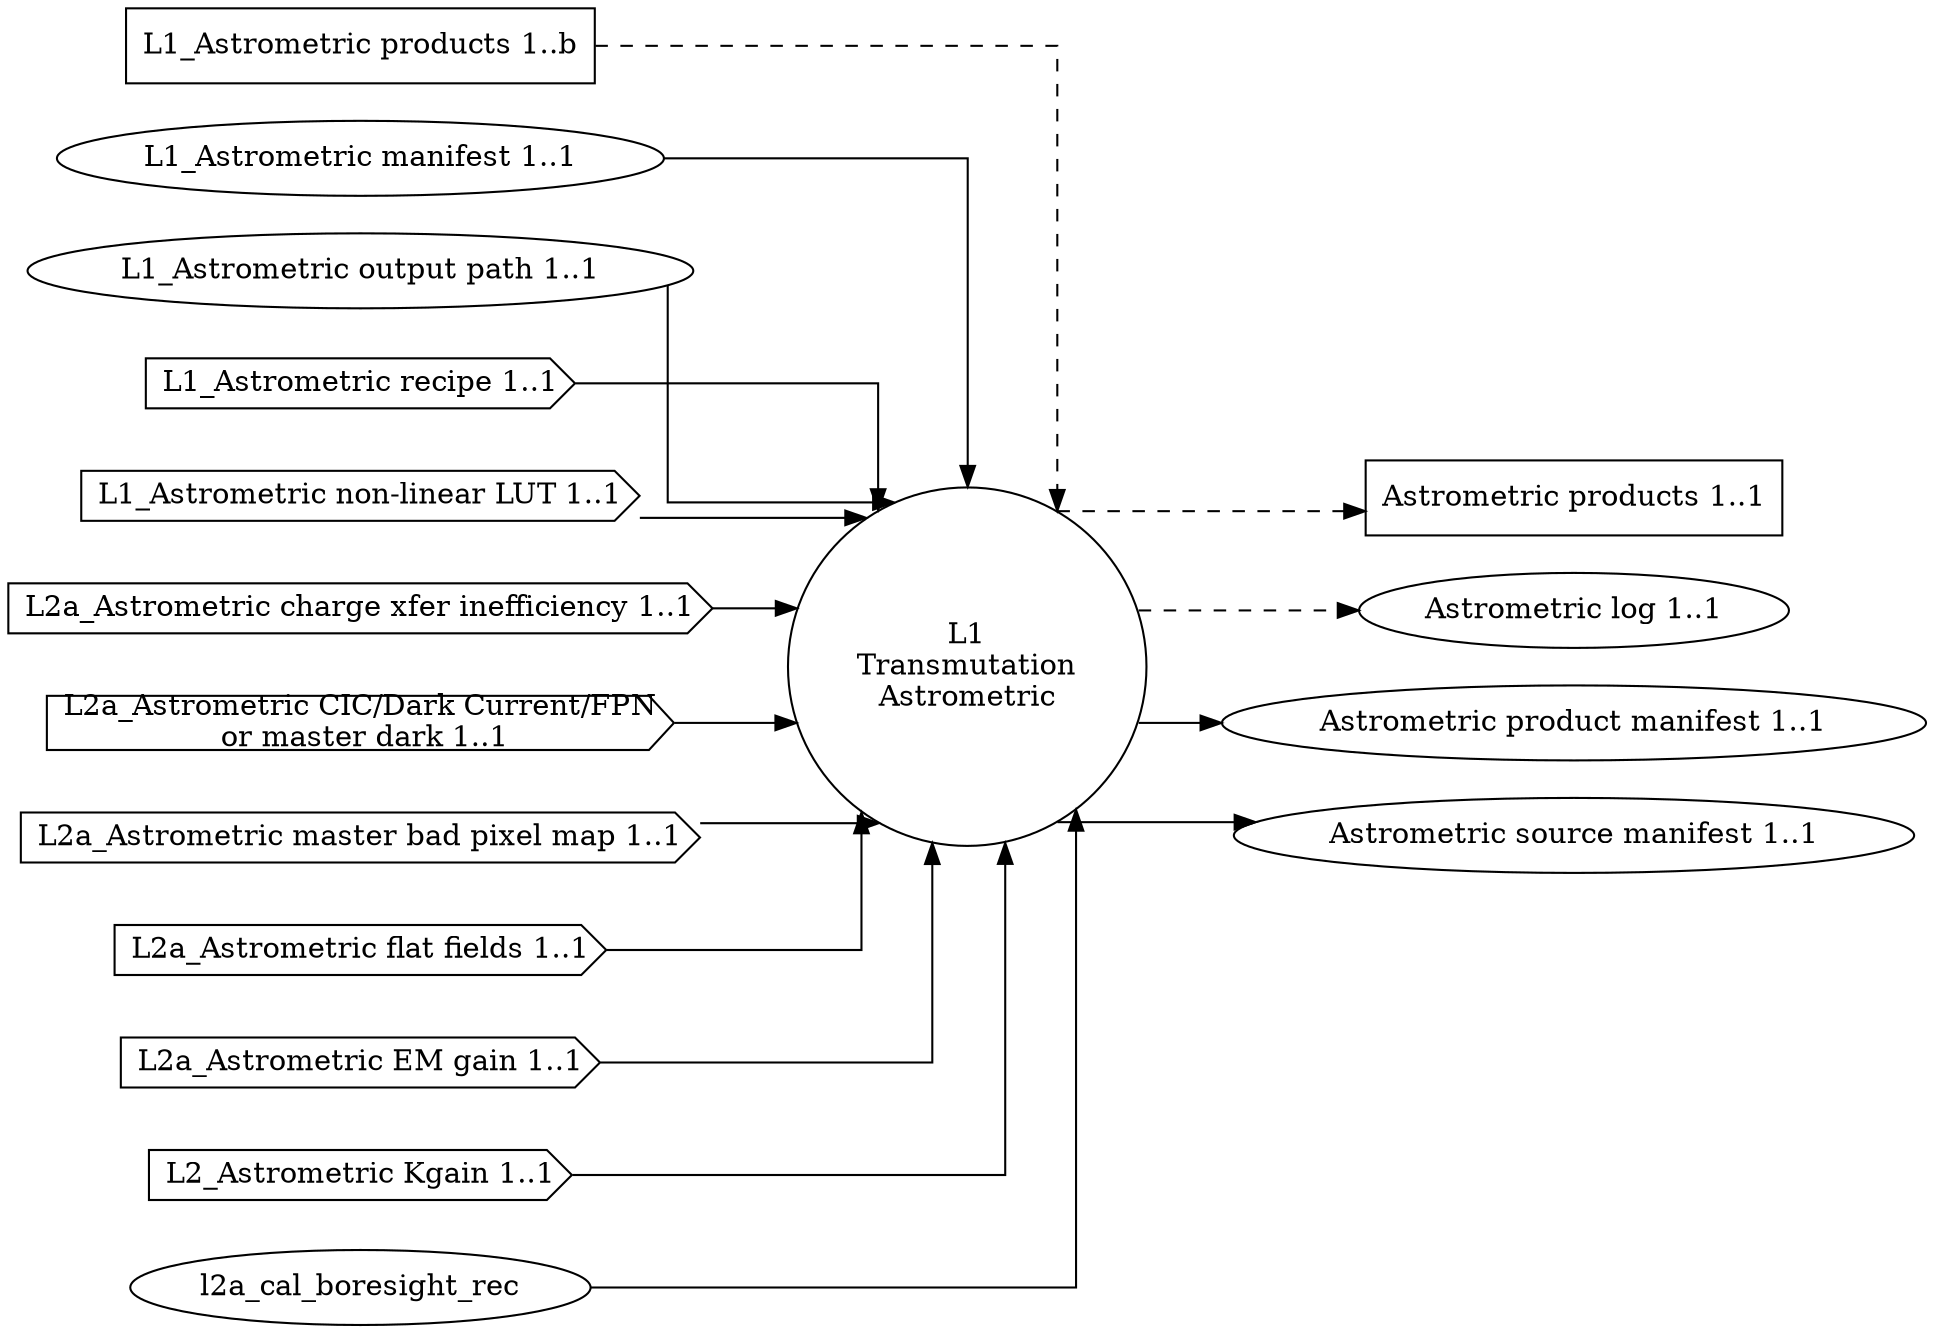
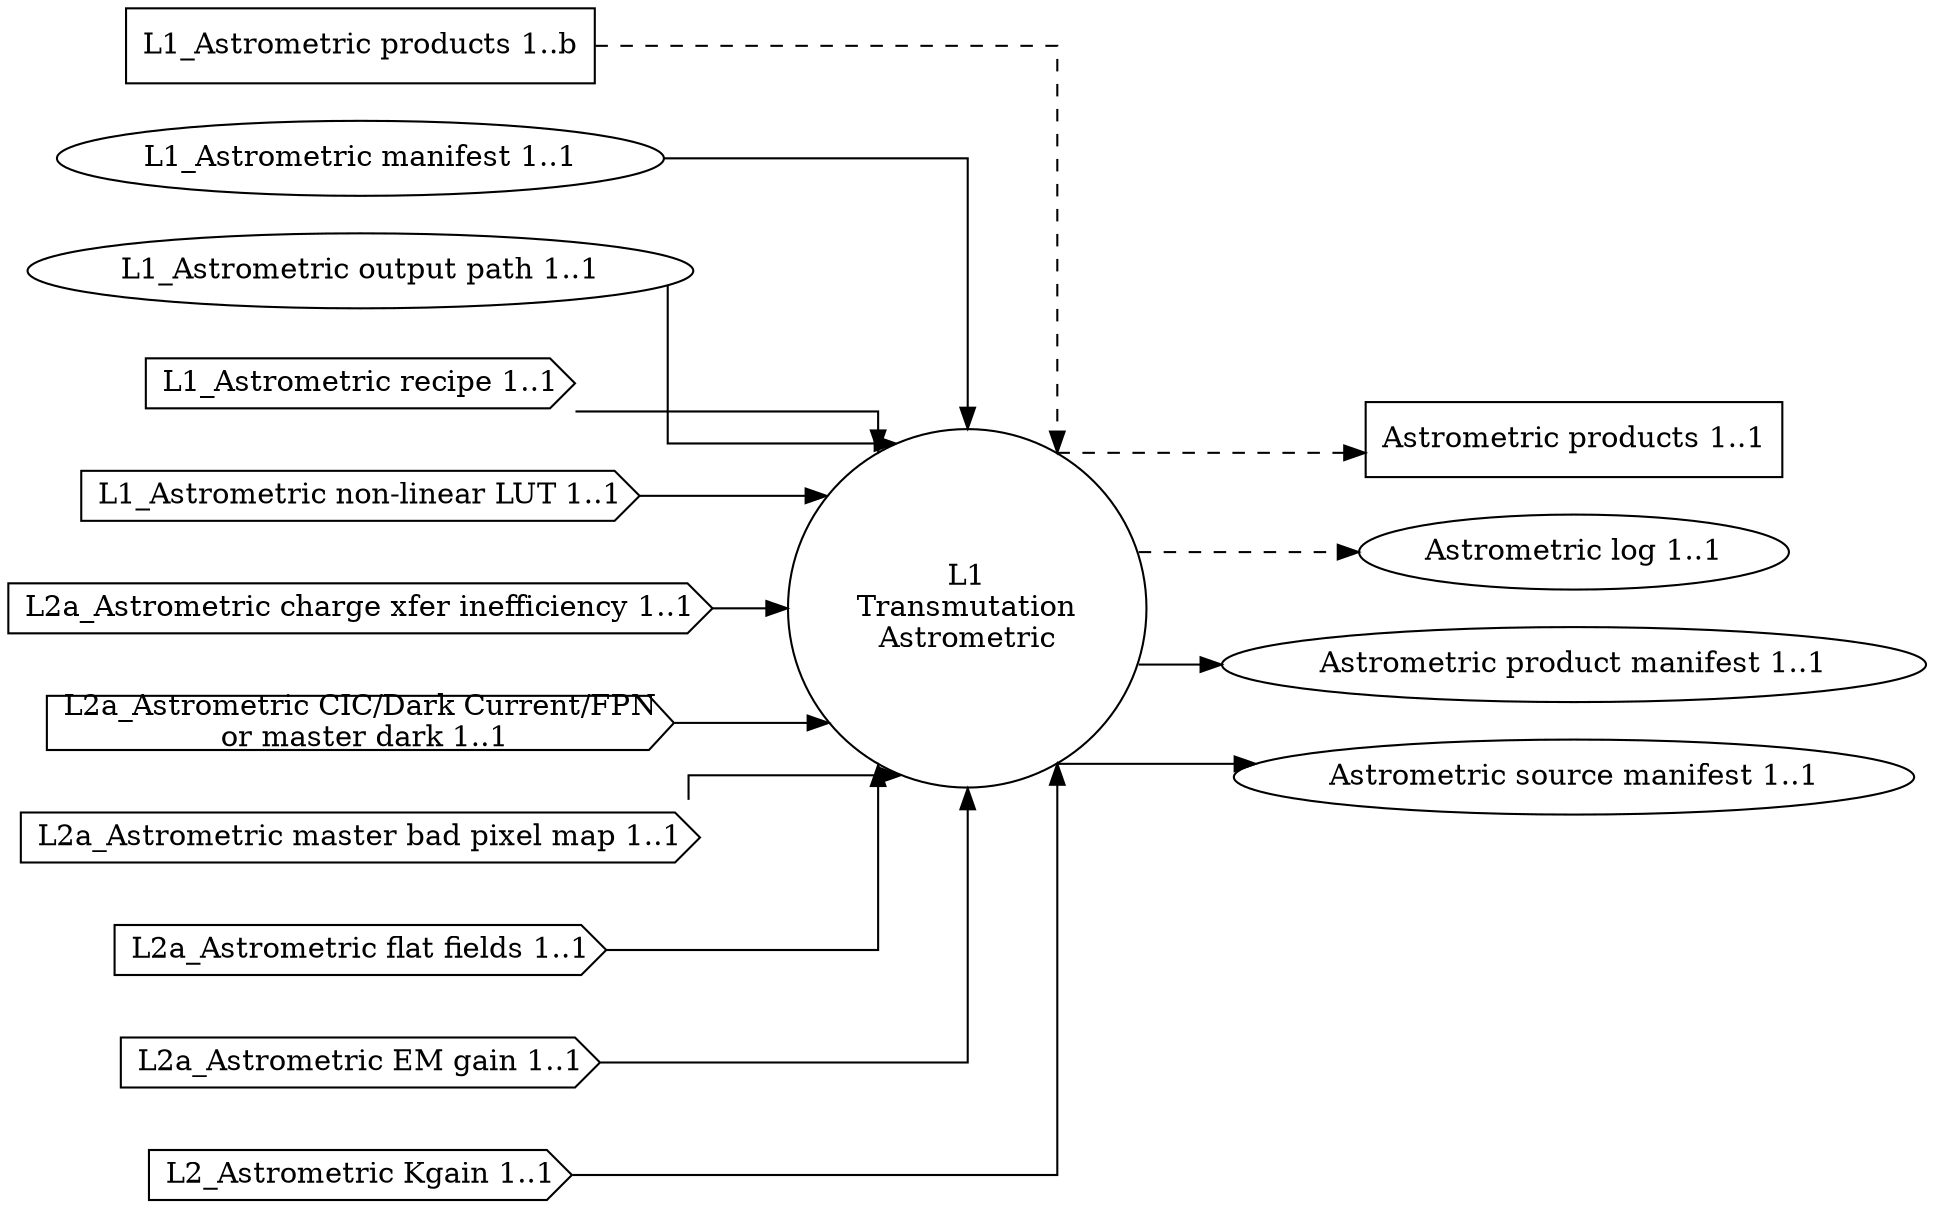
digraph Astrometric {
    graph [splines="ortho", rankdir=LR];

    trans_cal_boresight [label="L1\nTransmutation\nAstrometric", shape="circle", runname="l1.transmutation_cal_boresight", runtype="dawgie.Algorithm", fsmtype="dip.base.Runner"];

    l1_cal_boresight_prod [label="L1_Astrometric products 1..b", shape="rectangle"];
    l1_cal_boresight_man [label="L1_Astrometric manifest 1..1", shape="ellipse"];
    l1_cal_boresight_odir [label="L1_Astrometric output path 1..1", shape="ellipse"];
    l1_cal_boresight_rec [label="L1_Astrometric recipe 1..1", shape="cds"];

    l1_cal_boresight_nllut [label="L1_Astrometric non-linear LUT 1..1", shape="cds"];

    l2a_cal_boresight_cti [label="L2a_Astrometric charge xfer inefficiency 1..1", shape="cds"];
    l2a_cal_boresight_dnb [label="L2a_Astrometric CIC/Dark Current/FPN\n or master dark 1..1", shape="cds"];
    l2a_cal_boresight_mbpm [label="L2a_Astrometric master bad pixel map 1..1", shape="cds"];
    l2a_cal_boresight_ff [label="L2a_Astrometric flat fields 1..1", shape="cds"];
    l2a_cal_boresight_emg [label="L2a_Astrometric EM gain 1..1", shape="cds"];
    l2a_cal_boresight_kgain [label="L2_Astrometric Kgain 1..1", shape="cds"];

    cal_boresight_prod [label="Astrometric products 1..1", shape="rectangle"];
    cal_boresight_log [label="Astrometric log 1..1", shape="ellipse"];
-     cal_boresight_man [label="Astrometric product manifest 1..1", shape="ellipse", shape="ellipse", valname="l2b.transmutation_cal_boresight.product.manifest", valtype="dip.base.Manifest"];
-     cal_boresight_src [label="Astrometric source manifest 1..1", shape="ellipse", shape="ellipse", valname="l2b.transmutation_cal_boresight.source.manifest", valtype="dip.base.Manifest"];
+     cal_boresight_man [label="Astrometric product manifest 1..1", shape="ellipse", shape="ellipse", valname="l1.transmutation_cal_boresight.product.manifest", valtype="dip.base.Manifest"];
+     cal_boresight_src [label="Astrometric source manifest 1..1", shape="ellipse", shape="ellipse", valname="l1.transmutation_cal_boresight.source.manifest", valtype="dip.base.Manifest"];

    l1_cal_boresight_prod -> trans_cal_boresight [style="dashed"];
    l1_cal_boresight_man -> trans_cal_boresight;
    l1_cal_boresight_odir -> trans_cal_boresight;
    l1_cal_boresight_rec -> trans_cal_boresight;

    l1_cal_boresight_nllut -> trans_cal_boresight;

    l2a_cal_boresight_kgain -> trans_cal_boresight;
-     l2a_cal_boresight_rec -> trans_cal_boresight;
    l2a_cal_boresight_cti -> trans_cal_boresight;
    l2a_cal_boresight_dnb -> trans_cal_boresight;
    l2a_cal_boresight_mbpm -> trans_cal_boresight;
    l2a_cal_boresight_ff -> trans_cal_boresight;
    l2a_cal_boresight_emg -> trans_cal_boresight;

    trans_cal_boresight -> cal_boresight_prod [style="dashed"];
    trans_cal_boresight -> cal_boresight_man;
    trans_cal_boresight -> cal_boresight_src;
    trans_cal_boresight -> cal_boresight_log [style="dashed"];
}
